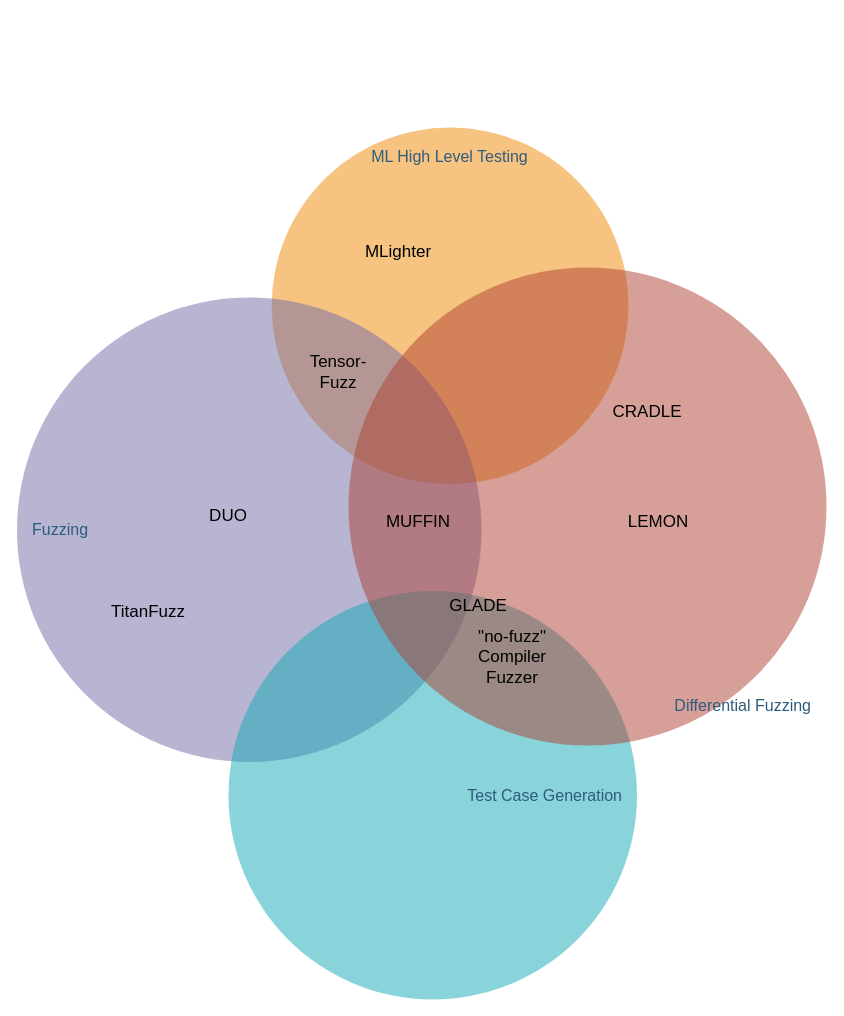
The draw.io diagram venn.drawio in GloC99/diagrams, before the edit. Source tidied: cells renumbered, new cells numbered last; positions are measured from the earlier drawing's top-left corner, leaving out a move shared by most shapes. Both pictures are drawn from the tidied source at 100%, with x=0, y=0 at pixel (16, 127).
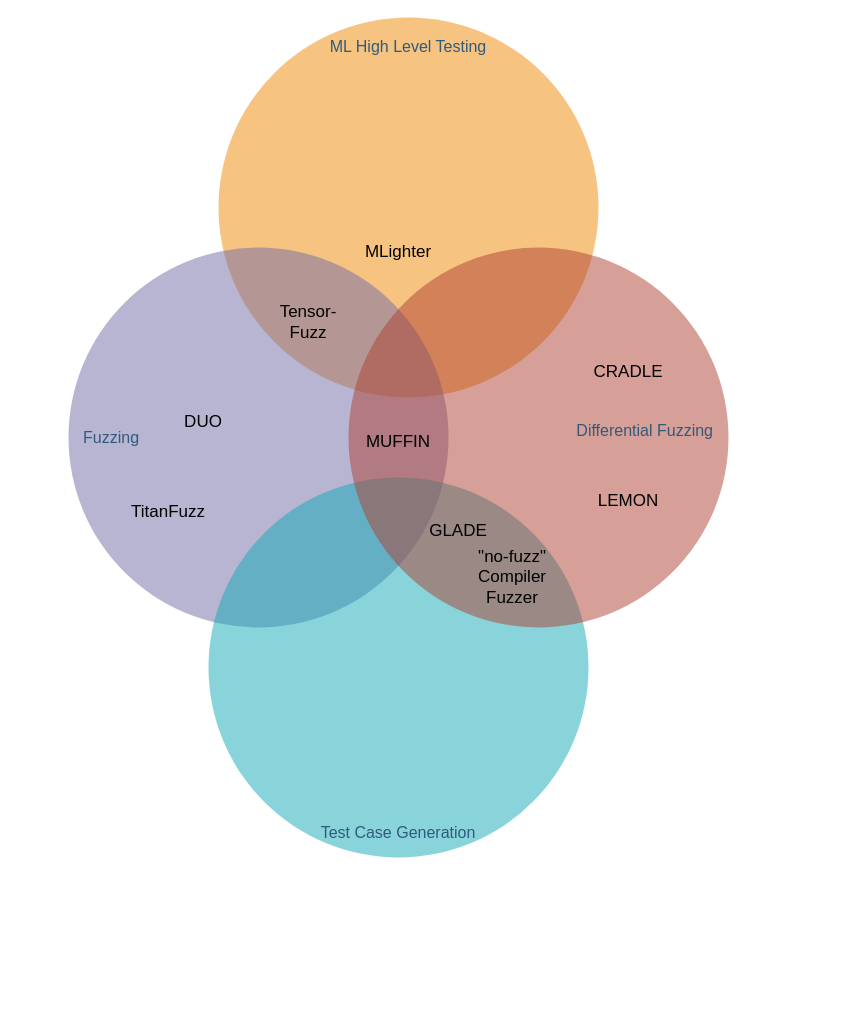
Above is the later version.

Change to the diagram source:
```diff
@@
 <mxGraphModel>
   <root>
     <mxCell id="0" />
     <mxCell id="1" parent="0" />
     <mxCell id="2" value="&lt;div style=&quot;text-align: center; font-size: 16px;&quot;&gt;&lt;span style=&quot;font-size: 16px;&quot;&gt;ML High Level Testing&lt;/span&gt;&lt;/div&gt;" style="ellipse;whiteSpace=wrap;html=1;rounded=1;shadow=0;glass=0;labelBackgroundColor=none;strokeColor=none;strokeWidth=1;fillColor=#F08705;gradientColor=none;fontFamily=Helvetica;fontSize=16;fontColor=#2F5B7C;align=center;opacity=50;verticalAlign=top;spacing=15;" parent="1" vertex="1">
-      <mxGeometry x="255.2" width="356.8" height="356.8" as="geometry" />
+      <mxGeometry x="202" y="-110" width="380" height="380" as="geometry" />
     </mxCell>
     <mxCell id="3" value="Fuzzing" style="ellipse;whiteSpace=wrap;html=1;rounded=1;shadow=0;glass=0;labelBackgroundColor=none;strokeColor=none;strokeWidth=1;fillColor=#736CA8;gradientColor=none;fontFamily=Helvetica;fontSize=16;fontColor=#2F5B7C;align=left;opacity=50;spacing=15;" parent="1" vertex="1">
-      <mxGeometry x="0.5" y="170" width="464.5" height="464.5" as="geometry" />
+      <mxGeometry x="52" y="120" width="380" height="380" as="geometry" />
     </mxCell>
-    <mxCell id="4" value="Test Case Generation" style="ellipse;whiteSpace=wrap;html=1;rounded=1;shadow=0;glass=0;labelBackgroundColor=none;strokeColor=none;strokeWidth=1;fillColor=#12AAB5;gradientColor=none;fontFamily=Helvetica;fontSize=16;fontColor=#2F5B7C;align=right;opacity=50;spacing=15;" parent="1" vertex="1">
-      <mxGeometry x="212" y="463.5" width="408.5" height="408.5" as="geometry" />
+    <mxCell id="4" value="Test Case Generation" style="ellipse;whiteSpace=wrap;html=1;rounded=1;shadow=0;glass=0;labelBackgroundColor=none;strokeColor=none;strokeWidth=1;fillColor=#12AAB5;gradientColor=none;fontFamily=Helvetica;fontSize=16;fontColor=#2F5B7C;align=center;opacity=50;spacing=15;verticalAlign=bottom;" parent="1" vertex="1">
+      <mxGeometry x="192" y="350" width="380" height="380" as="geometry" />
     </mxCell>
-    <mxCell id="5" value="&lt;div style=&quot;font-size: 16px;&quot;&gt;&lt;span style=&quot;font-size: 16px;&quot;&gt;Differential Fuzzing&lt;/span&gt;&lt;/div&gt;" style="ellipse;whiteSpace=wrap;html=1;rounded=1;shadow=0;glass=0;labelBackgroundColor=none;strokeColor=none;strokeWidth=1;fillColor=#AE4132;gradientColor=none;fontFamily=Helvetica;fontSize=16;fontColor=#2F5B7C;align=right;opacity=50;verticalAlign=bottom;spacingBottom=15;spacing=15;rotation=0;" parent="1" vertex="1">
-      <mxGeometry x="332" y="140" width="478" height="478" as="geometry" />
+    <mxCell id="5" value="&lt;div style=&quot;font-size: 16px;&quot;&gt;&lt;span style=&quot;font-size: 16px;&quot;&gt;Differential Fuzzing&lt;/span&gt;&lt;/div&gt;" style="ellipse;whiteSpace=wrap;html=1;rounded=1;shadow=0;glass=0;labelBackgroundColor=none;strokeColor=none;strokeWidth=1;fillColor=#AE4132;gradientColor=none;fontFamily=Helvetica;fontSize=16;fontColor=#2F5B7C;align=right;opacity=50;verticalAlign=middle;spacingBottom=15;spacing=15;rotation=0;" parent="1" vertex="1">
+      <mxGeometry x="332" y="120" width="380" height="380" as="geometry" />
     </mxCell>
     <mxCell id="6" value="MLighter" style="text;html=1;align=center;verticalAlign=middle;whiteSpace=wrap;rounded=0;fontSize=17;" parent="1" vertex="1">
       <mxGeometry x="352" y="110" width="60" height="30" as="geometry" />
     </mxCell>
     <mxCell id="7" value="GLADE" style="text;html=1;align=center;verticalAlign=middle;whiteSpace=wrap;rounded=0;fontSize=17;" parent="1" vertex="1">
-      <mxGeometry x="432" y="463.5" width="60" height="30" as="geometry" />
+      <mxGeometry x="412" y="389" width="60" height="30" as="geometry" />
     </mxCell>
     <mxCell id="8" value="&quot;no-fuzz&quot; Compiler Fuzzer" style="text;html=1;align=center;verticalAlign=middle;whiteSpace=wrap;rounded=0;fontSize=17;" parent="1" vertex="1">
-      <mxGeometry x="465" y="490" width="61.6" height="80" as="geometry" />
+      <mxGeometry x="465" y="410" width="61.6" height="80" as="geometry" />
     </mxCell>
     <mxCell id="9" value="CRADLE" style="text;html=1;align=center;verticalAlign=middle;whiteSpace=wrap;rounded=0;fontSize=17;" parent="1" vertex="1">
-      <mxGeometry x="601" y="270" width="60" height="30" as="geometry" />
+      <mxGeometry x="582" y="230" width="60" height="30" as="geometry" />
     </mxCell>
     <mxCell id="10" value="LEMON" style="text;html=1;align=center;verticalAlign=middle;whiteSpace=wrap;rounded=0;fontSize=17;" parent="1" vertex="1">
-      <mxGeometry x="612" y="380" width="60" height="30" as="geometry" />
+      <mxGeometry x="582" y="359" width="60" height="30" as="geometry" />
     </mxCell>
     <mxCell id="11" value="MUFFIN" style="text;html=1;align=center;verticalAlign=middle;whiteSpace=wrap;rounded=0;fontSize=17;" parent="1" vertex="1">
-      <mxGeometry x="372" y="380" width="60" height="30" as="geometry" />
+      <mxGeometry x="347" y="290" width="70" height="50" as="geometry" />
     </mxCell>
     <mxCell id="12" value="DUO" style="text;html=1;align=center;verticalAlign=middle;whiteSpace=wrap;rounded=0;fontSize=17;" parent="1" vertex="1">
-      <mxGeometry x="182" y="374" width="60" height="30" as="geometry" />
+      <mxGeometry x="152" y="280" width="70" height="30" as="geometry" />
     </mxCell>
     <mxCell id="13" value="Tensor-Fuzz" style="text;html=1;align=center;verticalAlign=middle;whiteSpace=wrap;rounded=0;fontSize=17;" parent="1" vertex="1">
-      <mxGeometry x="292" y="230" width="60" height="30" as="geometry" />
+      <mxGeometry x="262" y="180" width="60" height="30" as="geometry" />
     </mxCell>
     <mxCell id="14" value="TitanFuzz" style="text;html=1;align=center;verticalAlign=middle;whiteSpace=wrap;rounded=0;fontSize=17;" parent="1" vertex="1">
-      <mxGeometry x="102" y="470" width="60" height="30" as="geometry" />
+      <mxGeometry x="122" y="370" width="60" height="30" as="geometry" />
     </mxCell>
   </root>
 </mxGraphModel>
```
